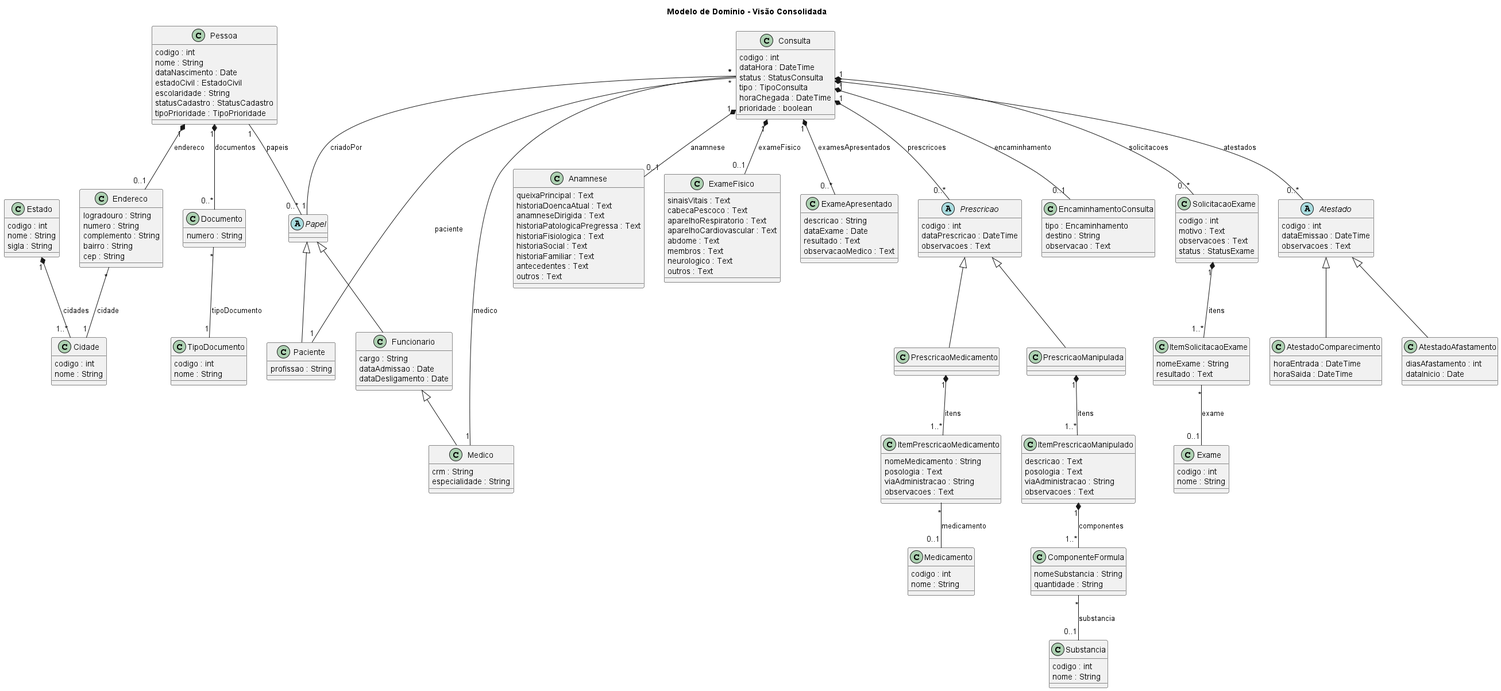
This is docs/uml/dominio/classes/modeloDominioConsolidado.png from andreleonam/promed, a PlantUML export, as it was before one commit. Its source is kept beside it as docs/uml/dominio/classes/modeloDominioConsolidado.puml. The source it was exported from:
```plantuml
@startuml

title Modelo de Domínio - Visão Consolidada




class Estado {
  codigo : int
  nome : String
  sigla : String
}

class Cidade {
  codigo : int
  nome : String
}

class Endereco {
  logradouro : String
  numero : String
  complemento : String
  bairro : String
  cep : String
}

class TipoDocumento {
  codigo : int
  nome : String
}

class Documento {
  numero : String
}

class Pessoa {
  codigo : int
  nome : String
  dataNascimento : Date
  estadoCivil : EstadoCivil
  escolaridade : String
  statusCadastro : StatusCadastro
  tipoPrioridade : TipoPrioridade
}


abstract class Papel {
}

class Paciente {
  profissao : String
}

class Funcionario {
  cargo : String
  dataAdmissao : Date
  dataDesligamento : Date
}

class Medico {
  crm : String
  especialidade : String
}


class Consulta {
  codigo : int
  dataHora : DateTime
  status : StatusConsulta
  tipo : TipoConsulta
  horaChegada : DateTime
  prioridade : boolean
}


class Anamnese {
  queixaPrincipal : Text
  historiaDoencaAtual : Text
  anamneseDirigida : Text
  historiaPatologicaPregressa : Text
  historiaFisiologica : Text
  historiaSocial : Text
  historiaFamiliar : Text
  antecedentes : Text
  outros : Text
}

class ExameFisico {
  sinaisVitais : Text
  cabecaPescoco : Text
  aparelhoRespiratorio : Text
  aparelhoCardiovascular : Text
  abdome : Text
  membros : Text
  neurologico : Text
  outros : Text
}

class ExameApresentado {
  descricao : String
  dataExame : Date
  resultado : Text
  observacaoMedico : Text
}


abstract class Prescricao {
  codigo : int
  dataPrescricao : DateTime
  observacoes : Text
}

class PrescricaoMedicamento {
}

class PrescricaoManipulada {
}

class ItemPrescricaoMedicamento {
  nomeMedicamento : String
  posologia : Text
  viaAdministracao : String
  observacoes : Text
}

class ItemPrescricaoManipulado {
  descricao : Text
  posologia : Text
  viaAdministracao : String
  observacoes : Text
}

class Medicamento {
  codigo : int
  nome : String
}

class ComponenteFormula {
  nomeSubstancia : String
  quantidade : String
}

class Substancia {
  codigo : int
  nome : String
}


class EncaminhamentoConsulta {
  tipo : Encaminhamento
  destino : String
  observacao : Text
}


class SolicitacaoExame {
  codigo : int
  motivo : Text
  observacoes : Text
  status : StatusExame
}

class ItemSolicitacaoExame {
  nomeExame : String
  resultado : Text
}

class Exame {
  codigo : int
  nome : String
}


abstract class Atestado {
  codigo : int
  dataEmissao : DateTime
  observacoes : Text
}

class AtestadoComparecimento {
  horaEntrada : DateTime
  horaSaida : DateTime
}

class AtestadoAfastamento {
  diasAfastamento : int
  dataInicio : Date
}


Pessoa "1" -- "0..*" Papel : papeis

Papel <|-- Paciente
Papel <|-- Funcionario
Funcionario <|-- Medico

Pessoa "1" *-- "0..1" Endereco : endereco
Endereco "*" -- "1" Cidade : cidade

Pessoa "1" *-- "0..*" Documento : documentos
Documento "*" -- "1" TipoDocumento : tipoDocumento

Estado "1" *-- "1..*" Cidade : cidades

Consulta "*" -- "1" Paciente : paciente
Consulta "*" -- "1" Medico : medico
Consulta "*" -- "1" Papel : criadoPor

Consulta "1" *-- "0..1" Anamnese : anamnese
Consulta "1" *-- "0..1" ExameFisico : exameFisico
Consulta "1" *-- "0..*" ExameApresentado : examesApresentados

Prescricao <|-- PrescricaoMedicamento
Prescricao <|-- PrescricaoManipulada

Consulta "1" *-- "0..*" Prescricao : prescricoes

PrescricaoMedicamento "1" *-- "1..*" ItemPrescricaoMedicamento : itens
PrescricaoManipulada "1" *-- "1..*" ItemPrescricaoManipulado : itens

ItemPrescricaoMedicamento "*" -- "0..1" Medicamento : medicamento
ItemPrescricaoManipulado "1" *-- "1..*" ComponenteFormula : componentes
ComponenteFormula "*" -- "0..1" Substancia : substancia

Consulta "1" *-- "0..1" EncaminhamentoConsulta : encaminhamento

Consulta "1" *-- "0..*" SolicitacaoExame : solicitacoes
SolicitacaoExame "1" *-- "1..*" ItemSolicitacaoExame : itens
ItemSolicitacaoExame "*" -- "0..1" Exame : exame

Atestado <|-- AtestadoComparecimento
Atestado <|-- AtestadoAfastamento

Consulta "1" *-- "0..*" Atestado : atestados

@enduml
```
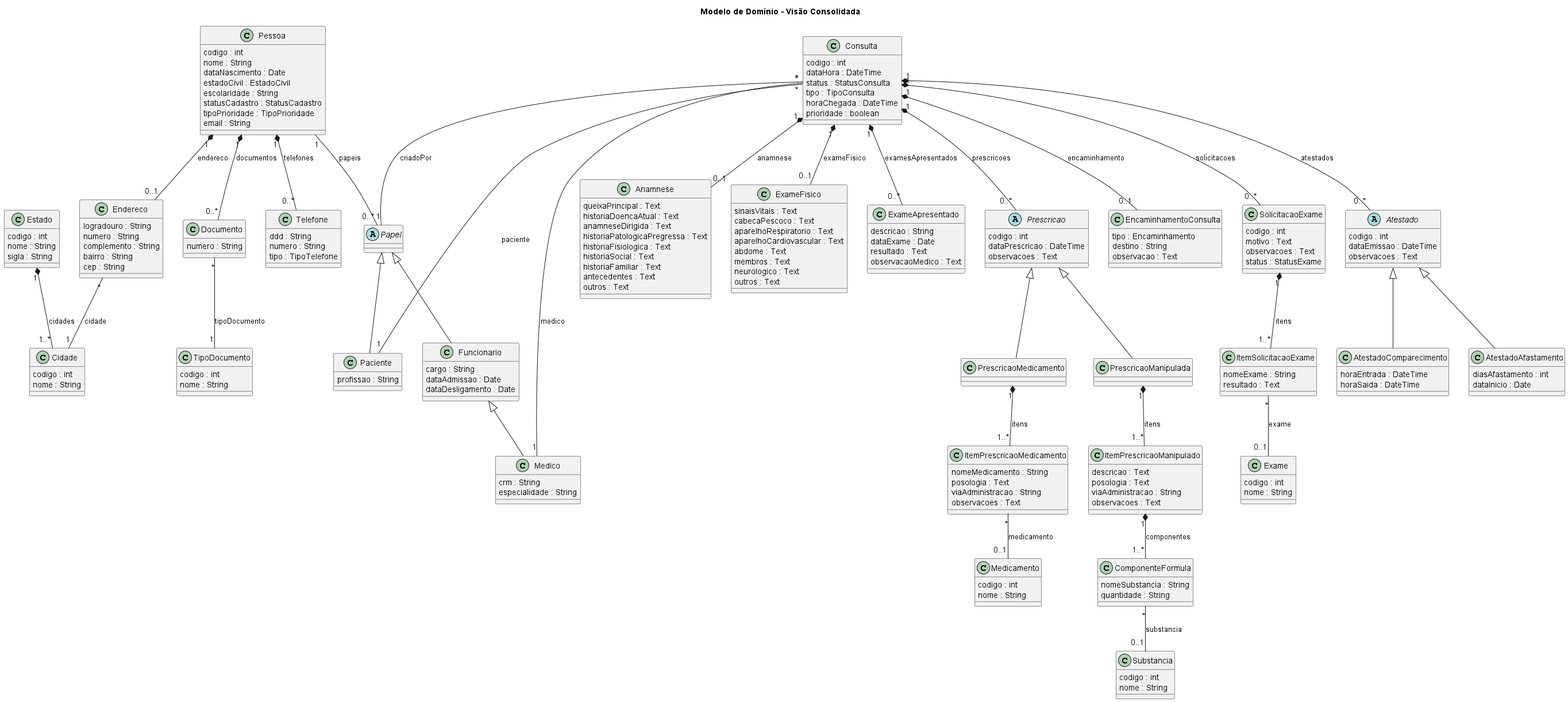
The same file after the commit.

What changed in the source:
```diff
@@ -41,6 +41,13 @@
   escolaridade : String
   statusCadastro : StatusCadastro
   tipoPrioridade : TipoPrioridade
+  email : String
+}
+
+class Telefone {
+  ddd : String
+  numero : String
+  tipo : TipoTelefone
 }
 
 
@@ -233,4 +240,6 @@
 
 Consulta "1" *-- "0..*" Atestado : atestados
 
+Pessoa "1" *-- "0..*" Telefone : telefones
+
 @enduml
```
